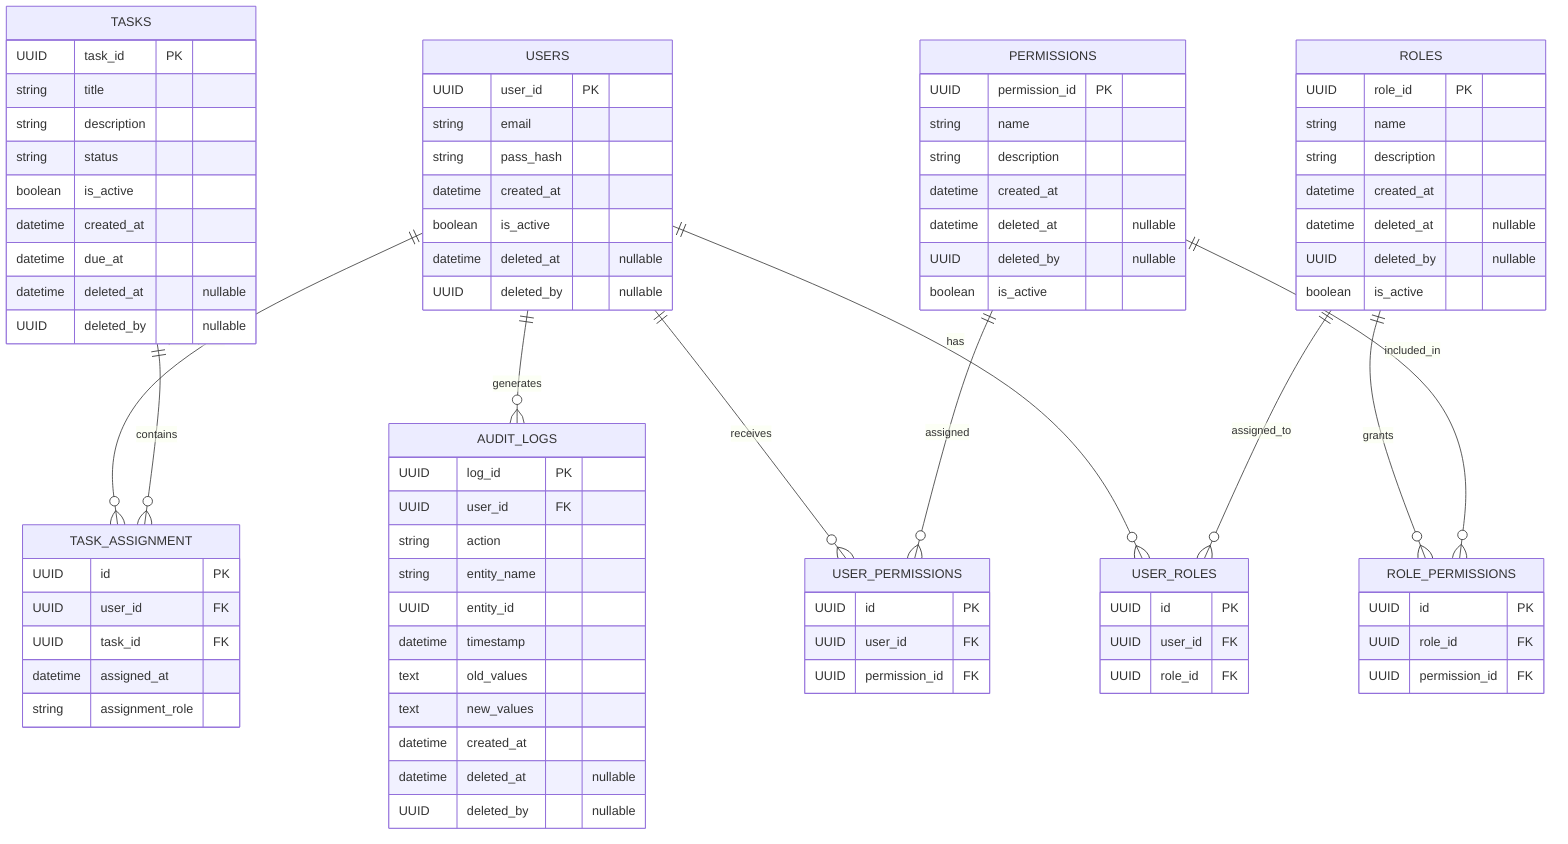
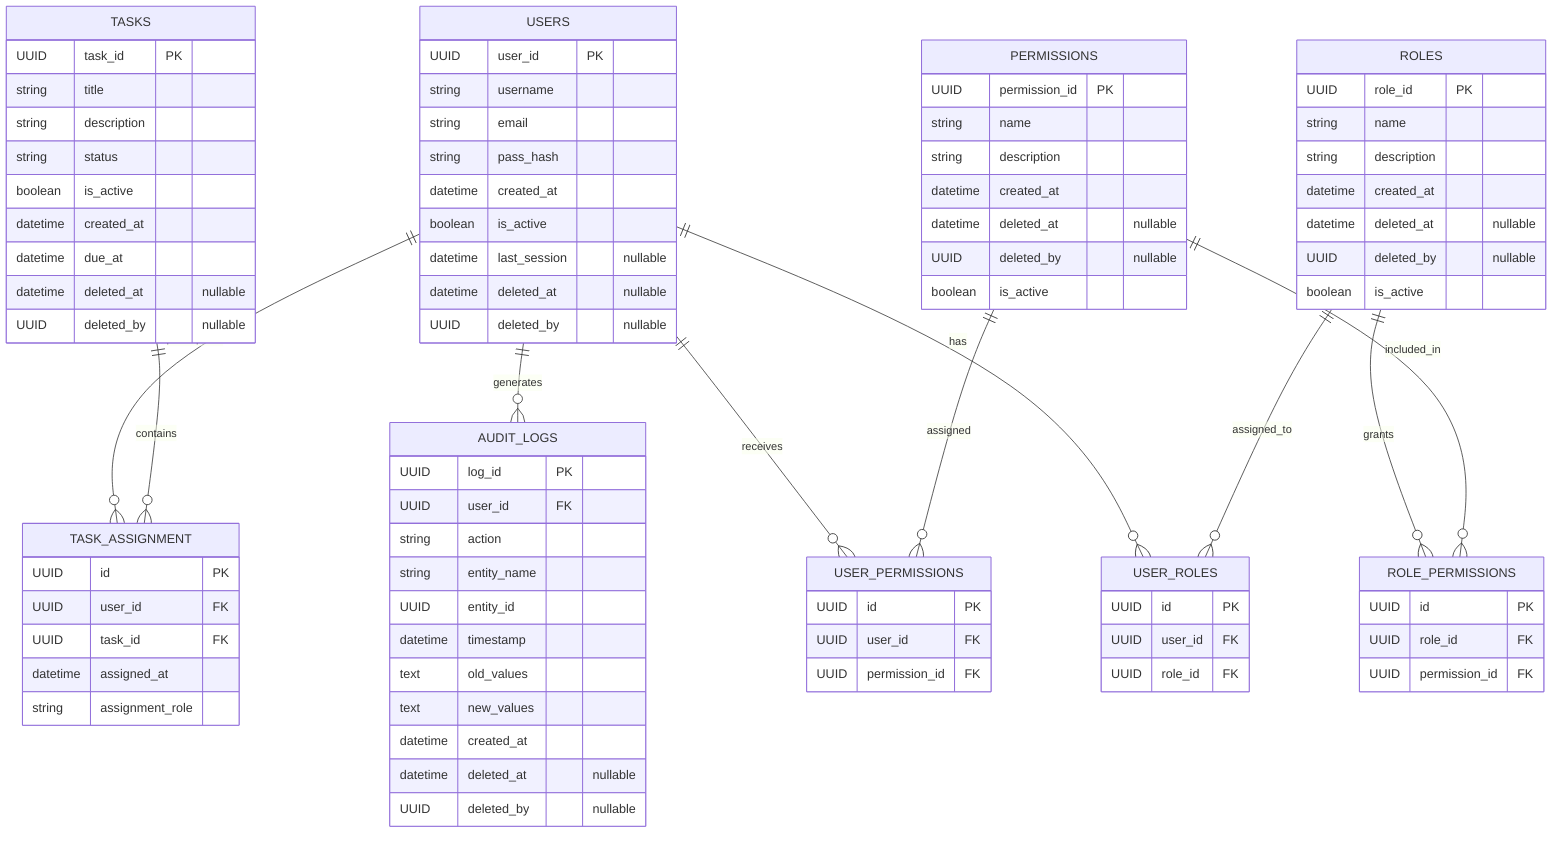
erDiagram

    USERS {
        UUID user_id PK
+         string username
        string email
        string pass_hash
        datetime created_at
        boolean is_active
+         datetime last_session "nullable"
        datetime deleted_at "nullable"
        UUID deleted_by "nullable"
    }

    TASKS {
        UUID task_id PK
        string title
        string description
        string status
        boolean is_active
        datetime created_at
        datetime due_at
        datetime deleted_at "nullable"
        UUID deleted_by "nullable"
    }

    ROLES {
        UUID role_id PK
        string name
        string description
        datetime created_at
        datetime deleted_at "nullable"
        UUID deleted_by "nullable"
        boolean is_active
    }

    PERMISSIONS {
        UUID permission_id PK
        string name
        string description
        datetime created_at
        datetime deleted_at "nullable"
        UUID deleted_by "nullable"
        boolean is_active
    }

    AUDIT_LOGS {
        UUID log_id PK
        UUID user_id FK
        string action
        string entity_name
        UUID entity_id
        datetime timestamp
        text old_values
        text new_values
        datetime created_at
        datetime deleted_at "nullable"
        UUID deleted_by "nullable"
    }

    USER_ROLES {
        UUID id PK
        UUID user_id FK
        UUID role_id FK
    }

    ROLE_PERMISSIONS {
        UUID id PK
        UUID role_id FK
        UUID permission_id FK
    }

    USER_PERMISSIONS {
        UUID id PK
        UUID user_id FK
        UUID permission_id FK
    }

    TASK_ASSIGNMENT {
        UUID id PK
        UUID user_id FK
        UUID task_id FK
        datetime assigned_at
        string assignment_role
    }

    USERS ||--o{ USER_ROLES : has
    ROLES ||--o{ USER_ROLES : assigned_to

    ROLES ||--o{ ROLE_PERMISSIONS : grants
    PERMISSIONS ||--o{ ROLE_PERMISSIONS : included_in

    USERS ||--o{ USER_PERMISSIONS : receives
    PERMISSIONS ||--o{ USER_PERMISSIONS : assigned

    USERS ||--o{ TASK_ASSIGNMENT : participates
    TASKS ||--o{ TASK_ASSIGNMENT : contains

    USERS ||--o{ AUDIT_LOGS : generates